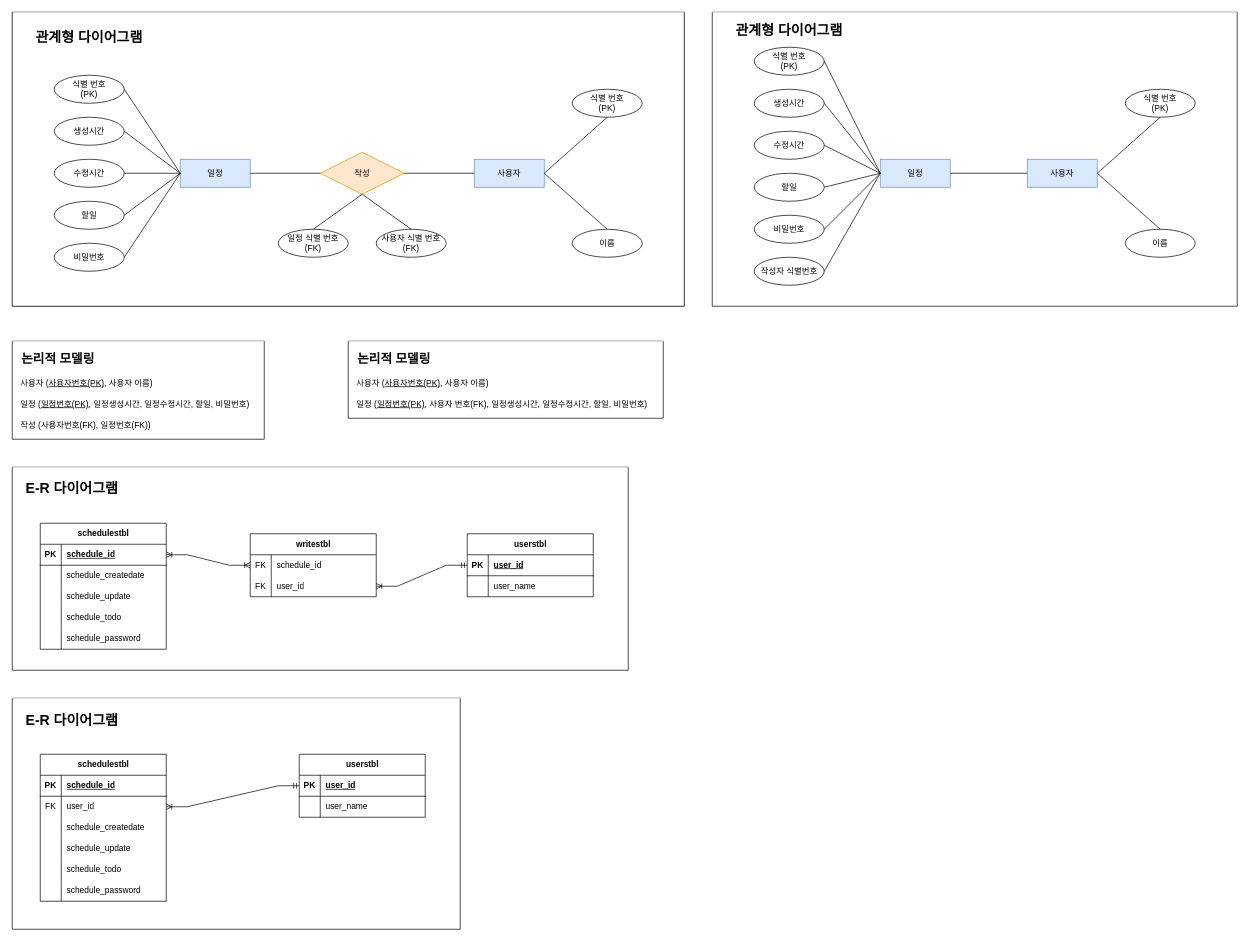
Above: 일정관리앱ER다이어그램.drawio in Hyunmin-Kwak-hub/Calender (draw.io), before the change. Source tidied: cells renumbered, new cells numbered last; positions are measured from the earlier drawing's top-left corner, leaving out a move shared by most shapes. Both pictures are drawn from the tidied source at 70%, with x=0, y=0 at pixel (12, 12).
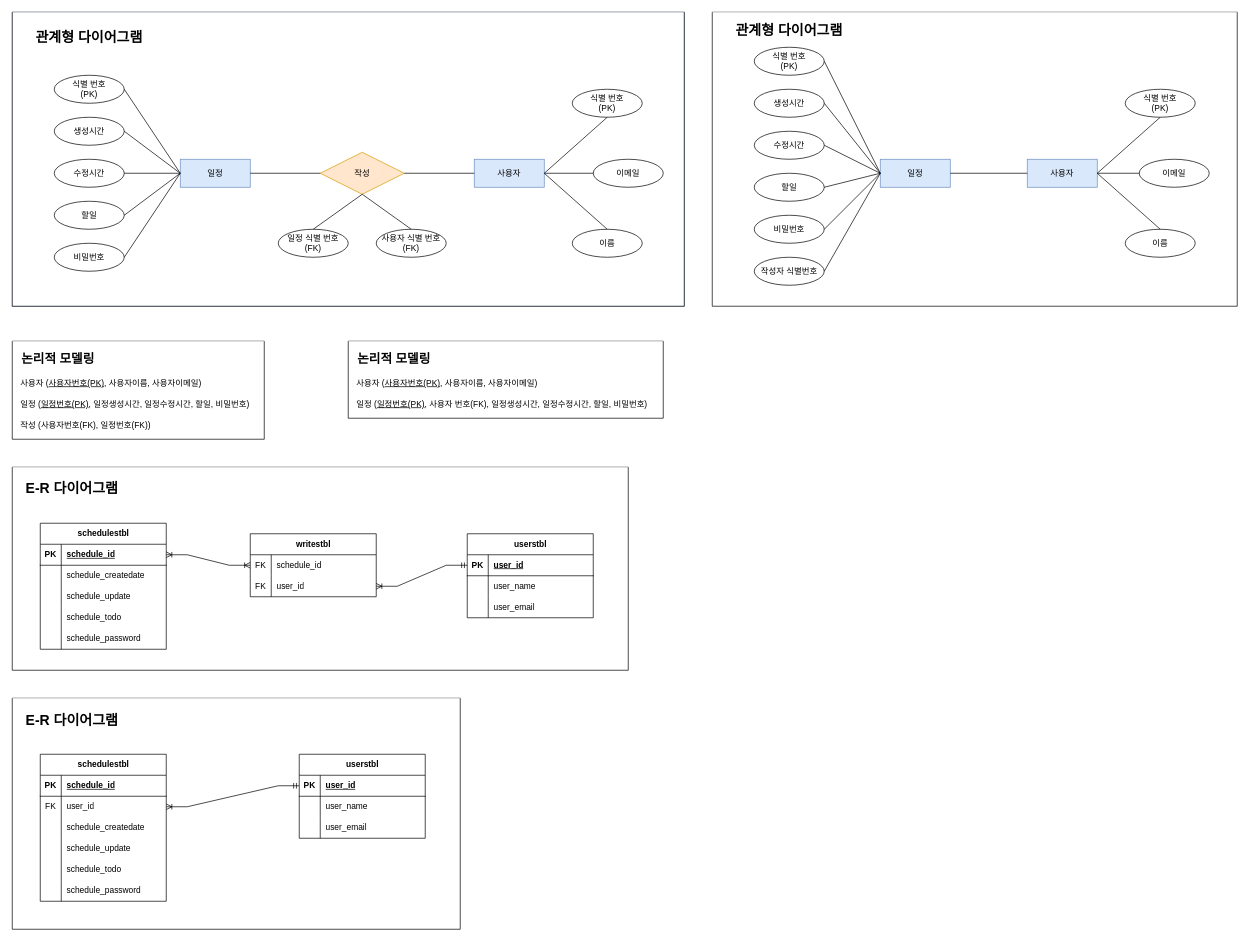
The same diagram, later.

Commit message:
일정관리앱ER다이어그램.drawio 업데이트

Unchanged cells that the change refers to:
```xml
<mxCell id="2" style="group;fillColor=#dae8fc;strokeColor=#6c8ebf;" parent="1" vertex="1">
  <mxGeometry width="960" height="420" as="geometry" />
</mxCell>
<mxCell id="3" style="swimlane;startSize=0;swimlaneFillColor=default;" parent="2" vertex="1">
  <mxGeometry width="960" height="420" as="geometry" />
</mxCell>
<mxCell id="7" value="사용자" style="whiteSpace=wrap;html=1;align=center;fillColor=#dae8fc;strokeColor=#6c8ebf;" parent="2" vertex="1">
  <mxGeometry x="660" y="210" width="100" height="40" as="geometry" />
</mxCell>
<mxCell id="28" style="swimlane;startSize=0;swimlaneFillColor=default;" parent="1" vertex="1">
  <mxGeometry y="470" width="360" height="140" as="geometry" />
</mxCell>
<mxCell id="33" style="group;" parent="1" vertex="1">
  <mxGeometry y="650" width="880" height="290" as="geometry" />
</mxCell>
<mxCell id="69" style="swimlane;startSize=0;swimlaneFillColor=default;" parent="68" vertex="1">
  <mxGeometry width="640" height="330" as="geometry" />
</mxCell>
<mxCell id="99" style="swimlane;startSize=0;swimlaneFillColor=default;" parent="98" vertex="1">
  <mxGeometry width="750" height="420" as="geometry" />
</mxCell>
<mxCell id="100" value="사용자" style="whiteSpace=wrap;html=1;align=center;fillColor=#dae8fc;strokeColor=#6c8ebf;" parent="99" vertex="1">
  <mxGeometry x="450" y="210" width="100" height="40" as="geometry" />
</mxCell>
<mxCell id="120" style="swimlane;startSize=0;swimlaneFillColor=default;" parent="1" vertex="1">
  <mxGeometry x="480" y="470" width="450" height="110" as="geometry" />
</mxCell>
```

What changed in the source:
```diff
@@
+    <mxCell id="124" value="이메일" style="ellipse;whiteSpace=wrap;html=1;align=center;" parent="3" vertex="1">
+      <mxGeometry x="830" y="210" width="100" height="40" as="geometry" />
+    </mxCell>
@@
+    <mxCell id="125" style="endArrow=none;html=1;rounded=0;entryX=0;entryY=0.5;entryDx=0;entryDy=0;exitX=1;exitY=0.5;exitDx=0;exitDy=0;" parent="2" edge="1" source="7" target="124">
+      <mxGeometry relative="1" as="geometry" />
+    </mxCell>
@@
-    <mxCell id="30" value="사용자 (&lt;u&gt;사용자번호(PK)&lt;/u&gt;, 사용자 이름)" style="text;html=1;align=left;verticalAlign=middle;strokeColor=none;fillColor=none;" parent="28" vertex="1">
-      <mxGeometry x="10" y="45" width="210" height="30" as="geometry" />
+    <mxCell id="30" value="사용자 (&lt;u&gt;사용자번호(PK)&lt;/u&gt;, 사용자이름, 사용자이메일)" style="text;html=1;align=left;verticalAlign=middle;strokeColor=none;fillColor=none;" parent="28" vertex="1">
+      <mxGeometry x="10" y="45" width="280" height="30" as="geometry" />
     </mxCell>
@@
     <mxCell id="52" value="userstbl" style="shape=table;startSize=30;childLayout=tableLayout;rowLines=0;fontStyle=1;align=center;html=1;" parent="33" vertex="1">
-      <mxGeometry x="650" y="95" width="180" height="90" as="geometry" />
+      <mxGeometry x="650" y="95" width="180" height="120" as="geometry" />
     </mxCell>
@@
+    <mxCell id="126" style="shape=tableRow;horizontal=0;startSize=0;swimlaneHead=0;swimlaneBody=0;fillColor=none;top=0;left=0;right=0;bottom=0;" parent="52" vertex="1">
+      <mxGeometry y="90" width="180" height="30" as="geometry" />
+    </mxCell>
+    <mxCell id="127" style="shape=partialRectangle;fillColor=none;top=0;left=0;bottom=0;right=0;overflow=hidden;whiteSpace=wrap;html=1;" parent="126" vertex="1">
+      <mxGeometry width="30" height="30" as="geometry" />
+    </mxCell>
+    <mxCell id="128" value="user_email" style="shape=partialRectangle;fillColor=none;top=0;left=0;bottom=0;right=0;align=left;spacingLeft=6;overflow=hidden;whiteSpace=wrap;html=1;" parent="126" vertex="1">
+      <mxGeometry x="30" width="150" height="30" as="geometry" />
+    </mxCell>
@@
     <mxCell id="71" value="userstbl" style="shape=table;startSize=30;childLayout=tableLayout;rowLines=0;fontStyle=1;align=center;html=1;" parent="69" vertex="1">
-      <mxGeometry x="410" y="80" width="180" height="90" as="geometry" />
+      <mxGeometry x="410" y="80" width="180" height="120" as="geometry" />
     </mxCell>
@@
+    <mxCell id="129" style="shape=tableRow;horizontal=0;startSize=0;swimlaneHead=0;swimlaneBody=0;fillColor=none;top=0;left=0;right=0;bottom=0;" parent="71" vertex="1">
+      <mxGeometry y="90" width="180" height="30" as="geometry" />
+    </mxCell>
+    <mxCell id="130" style="shape=partialRectangle;fillColor=none;top=0;left=0;bottom=0;right=0;overflow=hidden;whiteSpace=wrap;html=1;" parent="129" vertex="1">
+      <mxGeometry width="30" height="30" as="geometry" />
+    </mxCell>
+    <mxCell id="131" value="user_email" style="shape=partialRectangle;fillColor=none;top=0;left=0;bottom=0;right=0;align=left;spacingLeft=6;overflow=hidden;whiteSpace=wrap;html=1;" parent="129" vertex="1">
+      <mxGeometry x="30" width="150" height="30" as="geometry" />
+    </mxCell>
@@
+    <mxCell id="132" value="이메일" style="ellipse;whiteSpace=wrap;html=1;align=center;" parent="99" vertex="1">
+      <mxGeometry x="610" y="210" width="100" height="40" as="geometry" />
+    </mxCell>
+    <mxCell id="133" style="endArrow=none;html=1;rounded=0;entryX=0;entryY=0.5;entryDx=0;entryDy=0;exitX=1;exitY=0.5;exitDx=0;exitDy=0;" parent="99" edge="1" source="100" target="132">
+      <mxGeometry relative="1" as="geometry" />
+    </mxCell>
@@
-    <mxCell id="122" value="사용자 (&lt;u&gt;사용자번호(PK)&lt;/u&gt;, 사용자 이름)" style="text;html=1;align=left;verticalAlign=middle;strokeColor=none;fillColor=none;" parent="120" vertex="1">
-      <mxGeometry x="10" y="45" width="210" height="30" as="geometry" />
+    <mxCell id="122" value="사용자 (&lt;u&gt;사용자번호(PK)&lt;/u&gt;, 사용자이름, 사용자이메일)" style="text;html=1;align=left;verticalAlign=middle;strokeColor=none;fillColor=none;" parent="120" vertex="1">
+      <mxGeometry x="10" y="45" width="280" height="30" as="geometry" />
     </mxCell>
```
